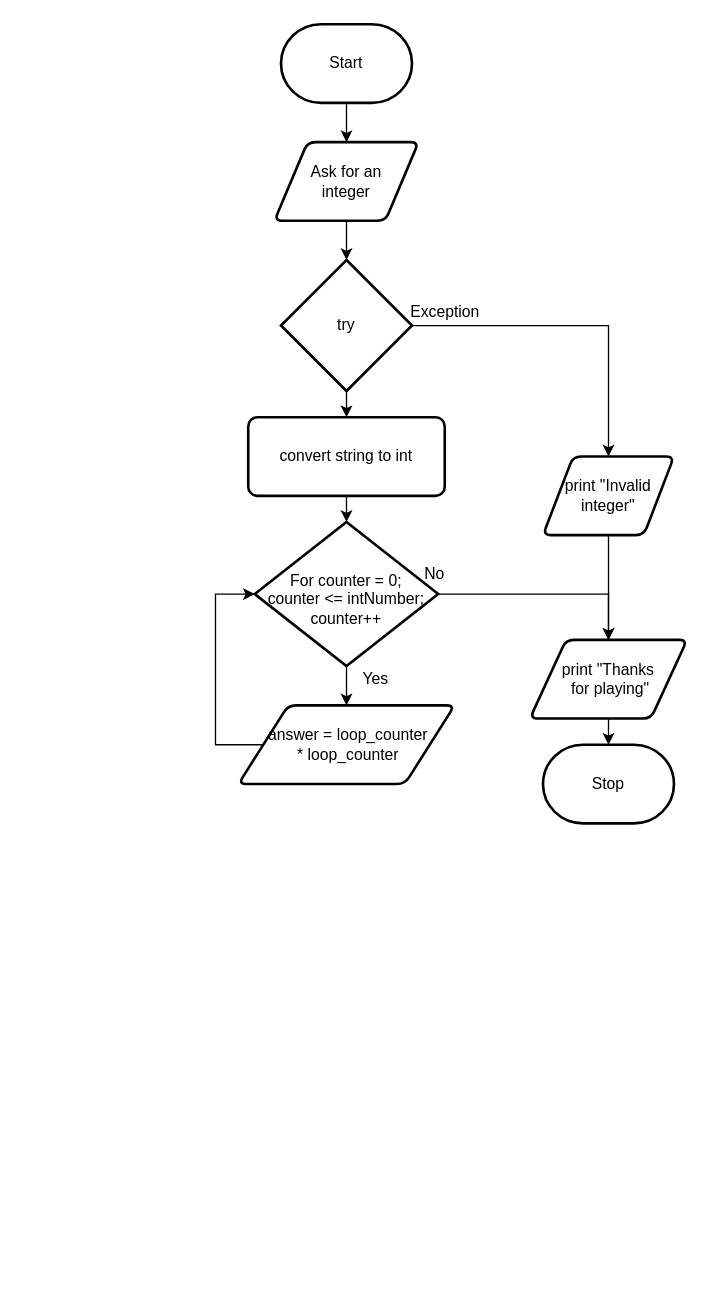
This is design/flowchart.drawio from Johanna-liu16/ICS3U-Unit-4-04-python, a draw.io file, before an edit. Source tidied: cells renumbered, new cells numbered last; positions are measured from the earlier drawing's top-left corner, leaving out a move shared by most shapes. Both pictures are drawn from the tidied source at 131%, with x=0, y=0 at pixel (215, 24).
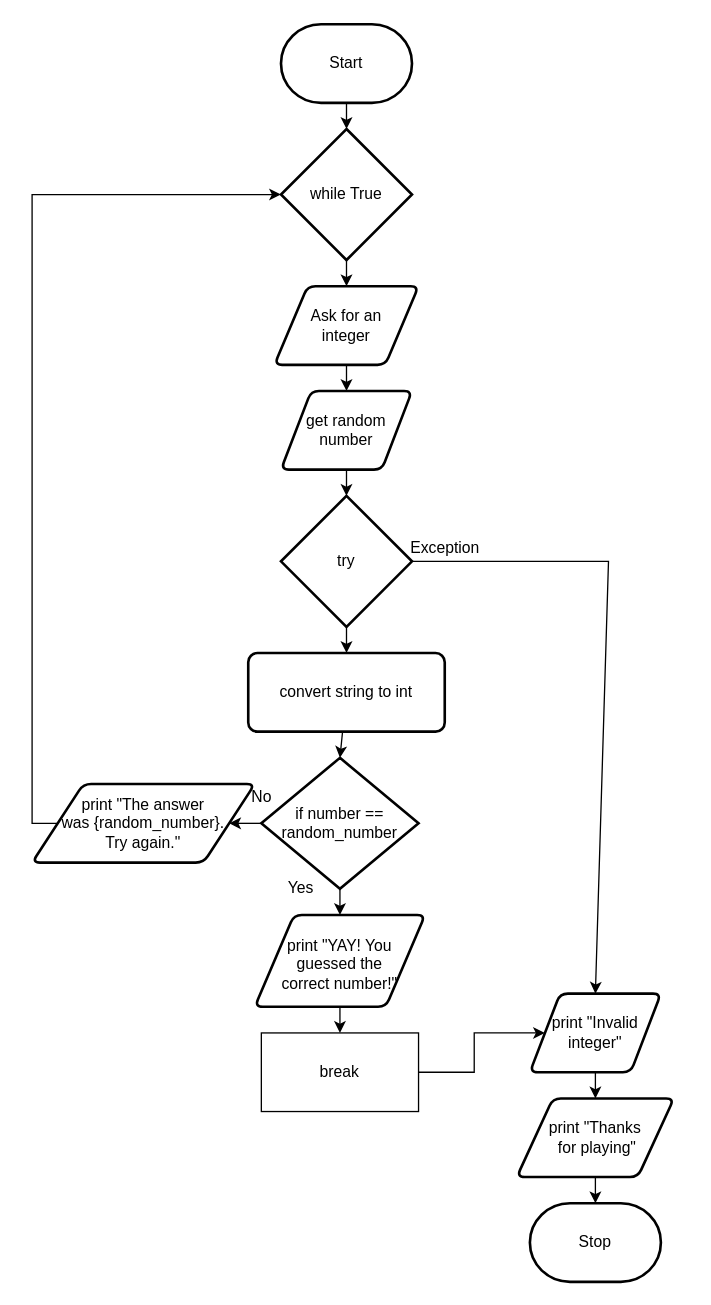
The same page after the edit.

Unchanged cells that the change refers to:
```xml
<mxCell id="3" value="Start" style="strokeWidth=2;html=1;shape=mxgraph.flowchart.terminator;whiteSpace=wrap;" parent="1" vertex="1">
  <mxGeometry x="50" width="100" height="60" as="geometry" />
</mxCell>
```

Diff of the diagram source:
```diff
@@
-    <mxCell id="2" style="edgeStyle=none;html=1;entryX=0.5;entryY=0;entryDx=0;entryDy=0;" parent="1" edge="1" source="3" target="6">
-      <mxGeometry relative="1" as="geometry" />
-    </mxCell>
+    <mxCell id="24" style="edgeStyle=none;html=1;entryX=0.5;entryY=0;entryDx=0;entryDy=0;entryPerimeter=0;" parent="1" edge="1" source="3" target="29">
+      <mxGeometry relative="1" as="geometry" />
+    </mxCell>
@@
     <mxCell id="4" value="Stop" style="strokeWidth=2;html=1;shape=mxgraph.flowchart.terminator;whiteSpace=wrap;" parent="1" vertex="1">
-      <mxGeometry x="250" y="550" width="100" height="60" as="geometry" />
+      <mxGeometry x="240" y="900" width="100" height="60" as="geometry" />
     </mxCell>
-    <mxCell id="5" style="edgeStyle=none;html=1;entryX=0.5;entryY=0;entryDx=0;entryDy=0;entryPerimeter=0;" parent="1" edge="1" source="6" target="9">
-      <mxGeometry relative="1" as="geometry" />
-    </mxCell>
+    <mxCell id="25" style="edgeStyle=none;html=1;" parent="1" edge="1" source="6" target="27">
+      <mxGeometry relative="1" as="geometry" />
+    </mxCell>
     <mxCell id="6" value="Ask for an &lt;br&gt;integer" style="shape=parallelogram;html=1;strokeWidth=2;perimeter=parallelogramPerimeter;whiteSpace=wrap;rounded=1;arcSize=12;size=0.23;" parent="1" vertex="1">
-      <mxGeometry x="45" y="90" width="110" height="60" as="geometry" />
+      <mxGeometry x="45" y="200" width="110" height="60" as="geometry" />
     </mxCell>
@@
     <mxCell id="8" style="edgeStyle=none;html=1;rounded=0;entryX=0.5;entryY=0;entryDx=0;entryDy=0;" parent="1" edge="1" source="9" target="14">
       <mxGeometry relative="1" as="geometry">
         <Array as="points">
-          <mxPoint x="270" y="230" />
-          <mxPoint x="300" y="230" />
+          <mxPoint x="300" y="410" />
         </Array>
       </mxGeometry>
     </mxCell>
     <mxCell id="9" value="try" style="strokeWidth=2;html=1;shape=mxgraph.flowchart.decision;whiteSpace=wrap;" parent="1" vertex="1">
-      <mxGeometry x="50" y="180" width="100" height="100" as="geometry" />
+      <mxGeometry x="50" y="360" width="100" height="100" as="geometry" />
     </mxCell>
-    <mxCell id="10" style="edgeStyle=none;html=1;entryX=0.5;entryY=0;entryDx=0;entryDy=0;entryPerimeter=0;" parent="1" edge="1" source="11" target="21">
+    <mxCell id="10" style="edgeStyle=none;html=1;entryX=0.5;entryY=0;entryDx=0;entryDy=0;entryPerimeter=0;" parent="1" edge="1" source="11" target="32">
       <mxGeometry relative="1" as="geometry" />
     </mxCell>
     <mxCell id="11" value="convert string to int" style="rounded=1;whiteSpace=wrap;html=1;absoluteArcSize=1;arcSize=14;strokeWidth=2;" parent="1" vertex="1">
-      <mxGeometry x="25" y="300" width="150" height="60" as="geometry" />
+      <mxGeometry x="25" y="480" width="150" height="60" as="geometry" />
     </mxCell>
     <mxCell id="12" value="Exception" style="text;html=1;align=center;verticalAlign=middle;strokeColor=none;fillColor=none;" parent="1" vertex="1">
-      <mxGeometry x="140" y="210" width="70" height="20" as="geometry" />
+      <mxGeometry x="140" y="390" width="70" height="20" as="geometry" />
     </mxCell>
@@
     <mxCell id="14" value="print &quot;Invalid integer&quot;" style="shape=parallelogram;html=1;strokeWidth=2;perimeter=parallelogramPerimeter;whiteSpace=wrap;rounded=1;arcSize=12;size=0.23;" parent="1" vertex="1">
-      <mxGeometry x="250" y="330" width="100" height="60" as="geometry" />
+      <mxGeometry x="240" y="740" width="100" height="60" as="geometry" />
     </mxCell>
@@
     <mxCell id="16" value="print &quot;Thanks&lt;br&gt;&amp;nbsp;for playing&quot;" style="shape=parallelogram;html=1;strokeWidth=2;perimeter=parallelogramPerimeter;whiteSpace=wrap;rounded=1;arcSize=12;size=0.23;" parent="1" vertex="1">
-      <mxGeometry x="240" y="470" width="120" height="60" as="geometry" />
+      <mxGeometry x="230" y="820" width="120" height="60" as="geometry" />
     </mxCell>
+    <mxCell id="26" style="edgeStyle=none;html=1;entryX=0.5;entryY=0;entryDx=0;entryDy=0;entryPerimeter=0;" parent="1" edge="1" source="27" target="9">
+      <mxGeometry relative="1" as="geometry" />
+    </mxCell>
+    <mxCell id="27" value="get random number" style="shape=parallelogram;html=1;strokeWidth=2;perimeter=parallelogramPerimeter;whiteSpace=wrap;rounded=1;arcSize=12;size=0.23;" parent="1" vertex="1">
+      <mxGeometry x="50" y="280" width="100" height="60" as="geometry" />
+    </mxCell>
+    <mxCell id="28" style="edgeStyle=none;html=1;entryX=0.5;entryY=0;entryDx=0;entryDy=0;" parent="1" edge="1" source="29" target="6">
+      <mxGeometry relative="1" as="geometry" />
+    </mxCell>
+    <mxCell id="29" value="while True" style="strokeWidth=2;html=1;shape=mxgraph.flowchart.decision;whiteSpace=wrap;" parent="1" vertex="1">
+      <mxGeometry x="50" y="80" width="100" height="100" as="geometry" />
+    </mxCell>
+    <mxCell id="30" style="edgeStyle=none;html=1;" parent="1" edge="1" source="32" target="34">
+      <mxGeometry relative="1" as="geometry" />
+    </mxCell>
+    <mxCell id="31" style="edgeStyle=none;html=1;" parent="1" edge="1" source="32" target="36">
+      <mxGeometry relative="1" as="geometry" />
+    </mxCell>
+    <mxCell id="32" value="if number == random_number" style="strokeWidth=2;html=1;shape=mxgraph.flowchart.decision;whiteSpace=wrap;" parent="1" vertex="1">
+      <mxGeometry x="35" y="560" width="120" height="100" as="geometry" />
+    </mxCell>
+    <mxCell id="33" style="edgeStyle=none;html=1;" parent="1" edge="1" source="34" target="38">
+      <mxGeometry relative="1" as="geometry" />
+    </mxCell>
+    <mxCell id="34" value="print &quot;YAY! You guessed the &lt;br&gt;correct number!&quot;" style="shape=parallelogram;html=1;strokeWidth=2;perimeter=parallelogramPerimeter;whiteSpace=wrap;rounded=1;arcSize=12;size=0.23;spacingLeft=0;spacingBottom=-5;" parent="1" vertex="1">
+      <mxGeometry x="30" y="680" width="130" height="70" as="geometry" />
+    </mxCell>
+    <mxCell id="35" style="edgeStyle=orthogonalEdgeStyle;html=1;entryX=0;entryY=0.5;entryDx=0;entryDy=0;entryPerimeter=0;rounded=0;exitX=0;exitY=0.5;exitDx=0;exitDy=0;" parent="1" edge="1" source="36" target="29">
+      <mxGeometry relative="1" as="geometry">
+        <Array as="points">
+          <mxPoint x="-140" y="610" />
+          <mxPoint x="-140" y="130" />
+        </Array>
+      </mxGeometry>
+    </mxCell>
+    <mxCell id="36" value="print &quot;The answer &lt;br&gt;was {random_number}.&lt;br&gt;Try again.&quot;" style="shape=parallelogram;html=1;strokeWidth=2;perimeter=parallelogramPerimeter;whiteSpace=wrap;rounded=1;arcSize=12;size=0.23;" parent="1" vertex="1">
+      <mxGeometry x="-140" y="580" width="170" height="60" as="geometry" />
+    </mxCell>
+    <mxCell id="18" value="No" style="text;html=1;align=center;verticalAlign=middle;strokeColor=none;fillColor=none;" parent="1" vertex="1">
+      <mxGeometry x="20" y="580" width="30" height="20" as="geometry" />
+    </mxCell>
     <mxCell id="17" value="Yes" style="text;html=1;align=center;verticalAlign=middle;strokeColor=none;fillColor=none;" parent="1" vertex="1">
-      <mxGeometry x="102" y="490" width="40" height="20" as="geometry" />
+      <mxGeometry x="45" y="650" width="40" height="20" as="geometry" />
     </mxCell>
-    <mxCell id="18" value="No" style="text;html=1;align=center;verticalAlign=middle;strokeColor=none;fillColor=none;" parent="1" vertex="1">
-      <mxGeometry x="152" y="410" width="30" height="20" as="geometry" />
-    </mxCell>
-    <mxCell id="19" style="edgeStyle=none;html=1;" parent="1" edge="1" source="21" target="23">
-      <mxGeometry relative="1" as="geometry" />
-    </mxCell>
-    <mxCell id="20" style="edgeStyle=orthogonalEdgeStyle;rounded=0;html=1;entryX=0.5;entryY=0;entryDx=0;entryDy=0;" parent="1" edge="1" source="21" target="16">
-      <mxGeometry relative="1" as="geometry" />
-    </mxCell>
-    <mxCell id="21" value="For counter = 0; &lt;br&gt;counter &amp;lt;= intNumber; counter++" style="strokeWidth=2;html=1;shape=mxgraph.flowchart.decision;whiteSpace=wrap;spacingBottom=-8;" parent="1" vertex="1">
-      <mxGeometry x="30" y="380" width="140" height="110" as="geometry" />
-    </mxCell>
-    <mxCell id="22" style="edgeStyle=orthogonalEdgeStyle;html=1;entryX=0;entryY=0.5;entryDx=0;entryDy=0;entryPerimeter=0;rounded=0;" parent="1" edge="1" source="23" target="21">
-      <mxGeometry relative="1" as="geometry">
-        <Array as="points">
-          <mxPoint y="550" />
-          <mxPoint y="435" />
-        </Array>
-      </mxGeometry>
-    </mxCell>
-    <mxCell id="23" value="answer = loop_counter&lt;br&gt;* loop_counter" style="shape=parallelogram;html=1;strokeWidth=2;perimeter=parallelogramPerimeter;whiteSpace=wrap;rounded=1;arcSize=12;size=0.23;spacingLeft=2;" parent="1" vertex="1">
-      <mxGeometry x="17.5" y="520" width="165" height="60" as="geometry" />
-    </mxCell>
+    <mxCell id="37" style="edgeStyle=orthogonalEdgeStyle;rounded=0;html=1;entryX=0;entryY=0.5;entryDx=0;entryDy=0;" parent="1" edge="1" source="38" target="14">
+      <mxGeometry relative="1" as="geometry" />
+    </mxCell>
+    <mxCell id="38" value="break" style="rounded=0;whiteSpace=wrap;html=1;" parent="1" vertex="1">
+      <mxGeometry x="35" y="770" width="120" height="60" as="geometry" />
+    </mxCell>
```
